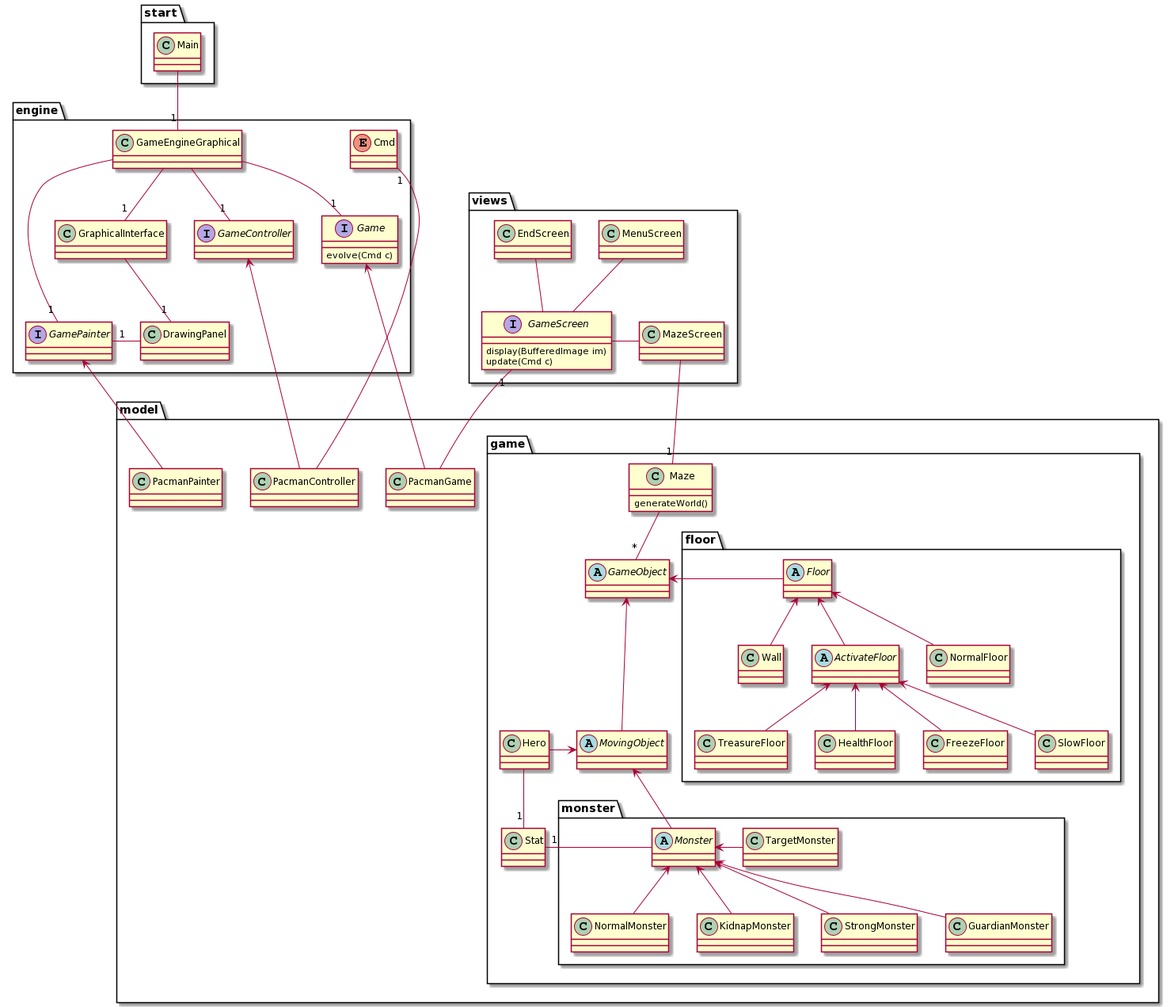
Earlier version of the PlantUML export Sprint_2/diagramme_de_classe_sprint_2_final.png (SalihN/ACL-2020--FSTeam-). Source of this version:
```plantuml
@startuml
package start{
class Main{}
}


package engine{
enum Cmd{}
class DrawingPanel{}
interface Game{
evolve(Cmd c)
}
interface GameController{}
class GameEngineGraphical{}
interface GamePainter{}
class GraphicalInterface{}

}


package views{

interface GameScreen{
display(BufferedImage im)
update(Cmd c)
}

class EndScreen{
}
class MenuScreen{
}
class MazeScreen{
}

}

package model{



class PacmanController {

}

class PacmanGame{

}

class PacmanPainter{

}

package game{

abstract GameObject{
}

abstract MovingObject{
}

class Maze {
 generateWorld()
}

class Hero{

}

class Stat {

}

package floor{

abstract class Floor {

}

abstract class ActivateFloor {

}

class NormalFloor{

}

class TreasureFloor {

}

class Wall {

}

class HealthFloor{

}

class FreezeFloor{

}

class SlowFloor{

}

}
package monster{

abstract class Monster {

}

class NormalMonster{

}

class KidnapMonster{

}

class TargetMonster{
}

class StrongMonster{
}

class GuardianMonster{
}

}
}
}

Main -DOWN-"1" GameEngineGraphical

GameEngineGraphical -DOWN-"1" GamePainter
GameEngineGraphical -DOWN-"1" GameController
GameEngineGraphical -DOWN-"1" GraphicalInterface
GameEngineGraphical -DOWN-"1" Game

PacmanController -UP-"1" Cmd
PacmanController --UP> GameController
PacmanPainter -UP-> GamePainter

GraphicalInterface -DOWN-"1" DrawingPanel
DrawingPanel -LEFT-"1" GamePainter

GameObject <--- MovingObject

GameObject <-RIGHT- Floor
MovingObject <-LEFT- Hero
MovingObject <-- Monster

Game <-RIGHT- PacmanGame

Monster <-DOWN- NormalMonster
Monster <-DOWN- KidnapMonster
Monster <-DOWN- GuardianMonster
Monster <-RIGHT- TargetMonster
Monster <-DOWN- StrongMonster

Floor <-- ActivateFloor
Floor <-- NormalFloor
Floor <-- Wall

ActivateFloor <-- TreasureFloor
ActivateFloor <-- HealthFloor
ActivateFloor <-- FreezeFloor
ActivateFloor <-- SlowFloor

MazeScreen-DOWN-"1" Maze
PacmanGame -DOWN-"1" GameScreen
GameScreen-UP- EndScreen
GameScreen -UP- MenuScreen
GameScreen -RIGHT- MazeScreen
Maze -DOWN-"*" GameObject

Stat "1"-UP- Hero
Monster -"1" Stat
@enduml
```
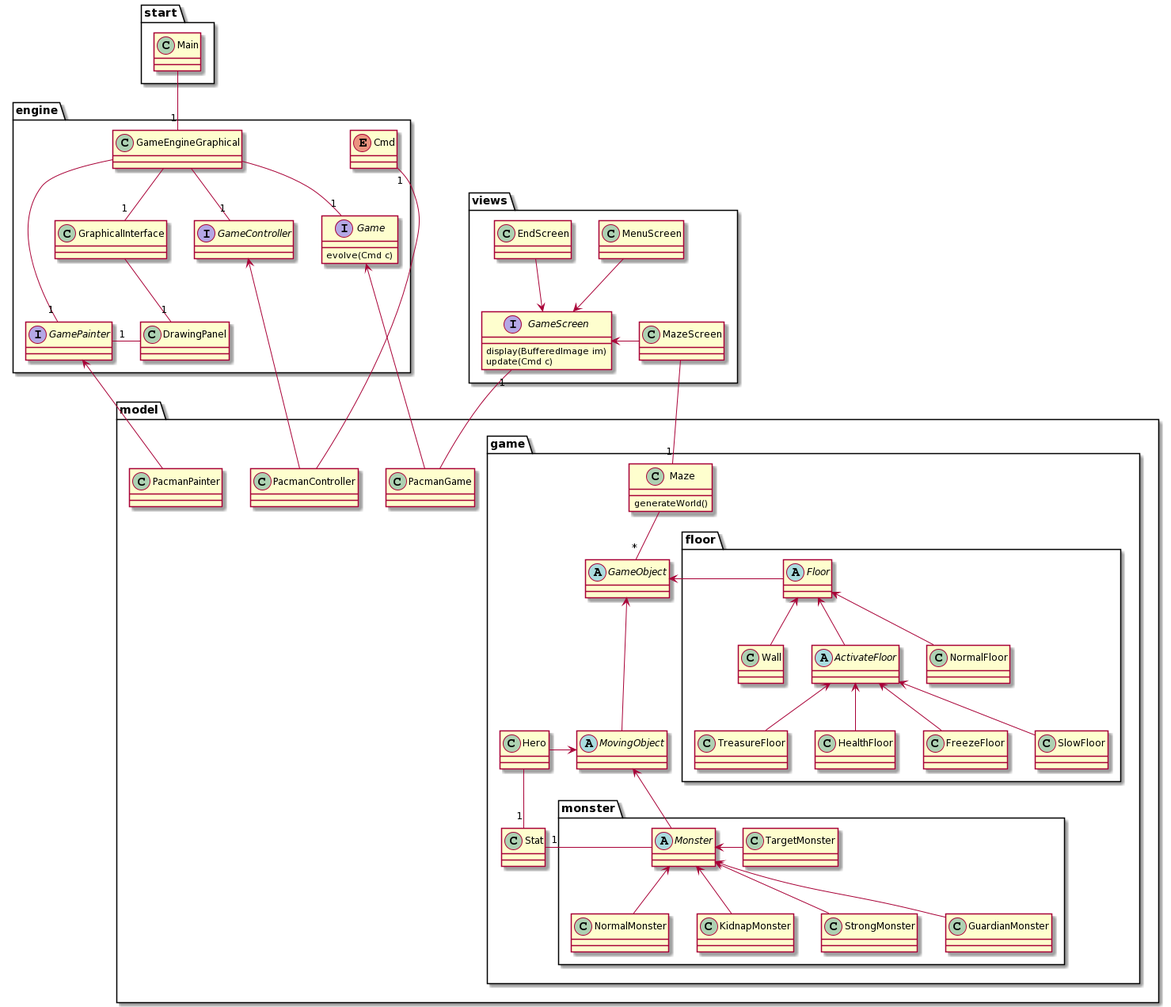
The same diagram one commit later.

Commit message:
Correction digramme de classe

Diff of the diagram source:
```diff
@@ -171,9 +171,9 @@
 
 MazeScreen-DOWN-"1" Maze
 PacmanGame -DOWN-"1" GameScreen
-GameScreen-UP- EndScreen
-GameScreen -UP- MenuScreen
-GameScreen -RIGHT- MazeScreen
+GameScreen <-UP- EndScreen
+GameScreen <-UP- MenuScreen
+GameScreen <-RIGHT- MazeScreen
 Maze -DOWN-"*" GameObject
 
 Stat "1"-UP- Hero
```
